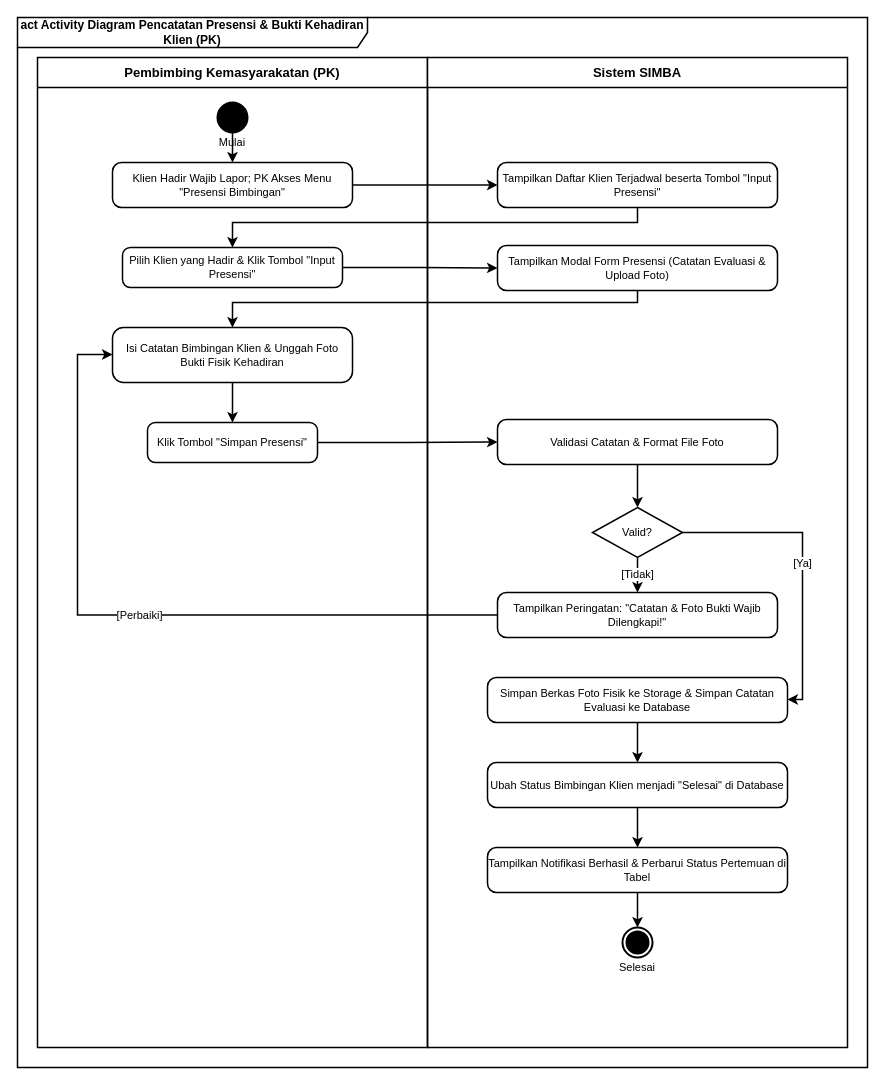
Before: page "12. Presensi Kehadiran Klien (PK)" (12 of 12) of diagram/activity_diagram_simba.drawio in hilyaaulia14/SIMBA, a draw.io diagram. Source tidied: cells renumbered, new cells numbered last; positions are measured from the earlier drawing's top-left corner, leaving out a move shared by most shapes. Both pictures are drawn from the tidied source at 100%, with x=0, y=0 at pixel (17, 17).
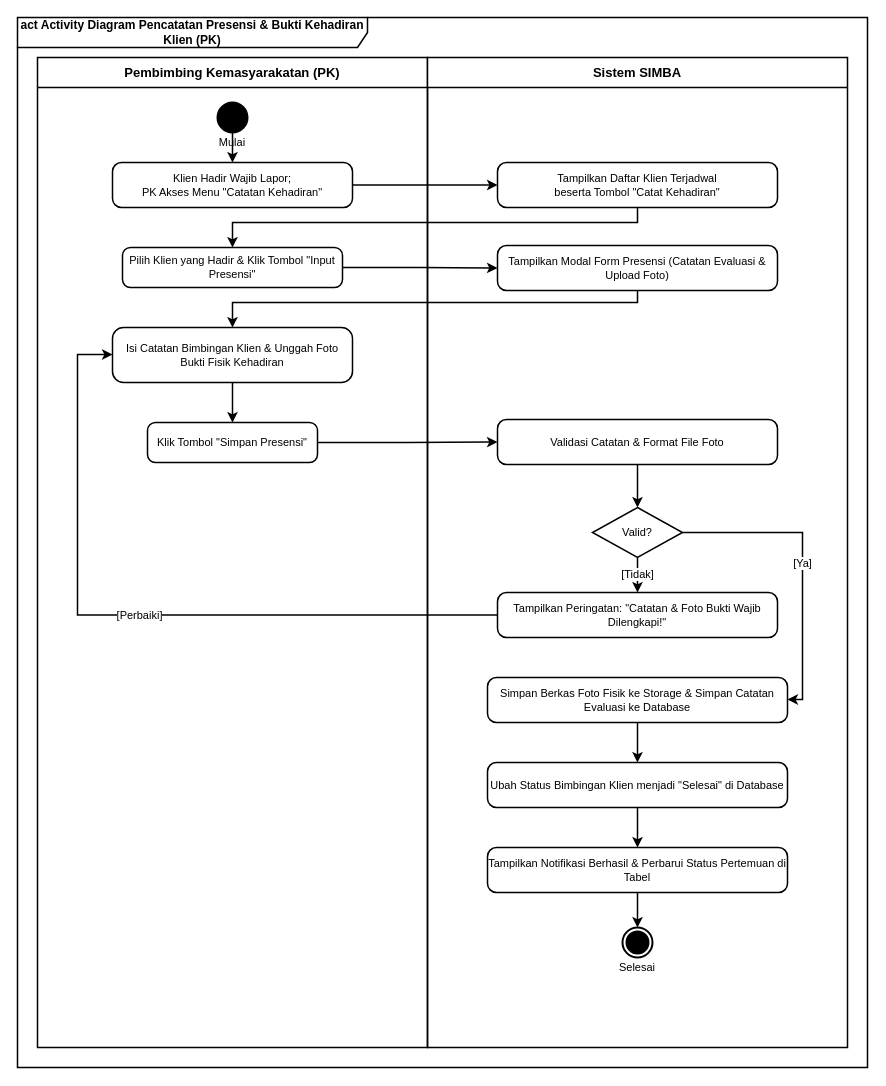
After the change.

The edit, as a diff of the source:
```diff
@@
-    <mxCell id="7" value="Klien Hadir Wajib Lapor;&amp;#xa;PK Akses Menu &quot;Presensi Bimbingan&quot;" style="rounded=1;whiteSpace=wrap;html=1;arcSize=20;strokeWidth=1.5;fillColor=#ffffff;strokeColor=#000000;fontColor=#000000;fontSize=11;" parent="1" vertex="1">
+    <mxCell id="7" value="Klien Hadir Wajib Lapor;&lt;br/&gt;PK Akses Menu &quot;Catatan Kehadiran&quot;" style="rounded=1;whiteSpace=wrap;html=1;arcSize=20;strokeWidth=1.5;fillColor=#ffffff;strokeColor=#000000;fontColor=#000000;fontSize=11;" parent="1" vertex="1">
       <mxGeometry x="95" y="145" width="240" height="45" as="geometry" />
     </mxCell>
-    <mxCell id="8" value="Tampilkan Daftar Klien Terjadwal&amp;#xa;beserta Tombol &quot;Input Presensi&quot;" style="rounded=1;whiteSpace=wrap;html=1;arcSize=20;strokeWidth=1.5;fillColor=#ffffff;strokeColor=#000000;fontColor=#000000;fontSize=11;" parent="1" vertex="1">
+    <mxCell id="8" value="Tampilkan Daftar Klien Terjadwal&lt;br/&gt;beserta Tombol &quot;Catat Kehadiran&quot;" style="rounded=1;whiteSpace=wrap;html=1;arcSize=20;strokeWidth=1.5;fillColor=#ffffff;strokeColor=#000000;fontColor=#000000;fontSize=11;" parent="1" vertex="1">
       <mxGeometry x="480" y="145" width="280" height="45" as="geometry" />
     </mxCell>
```
